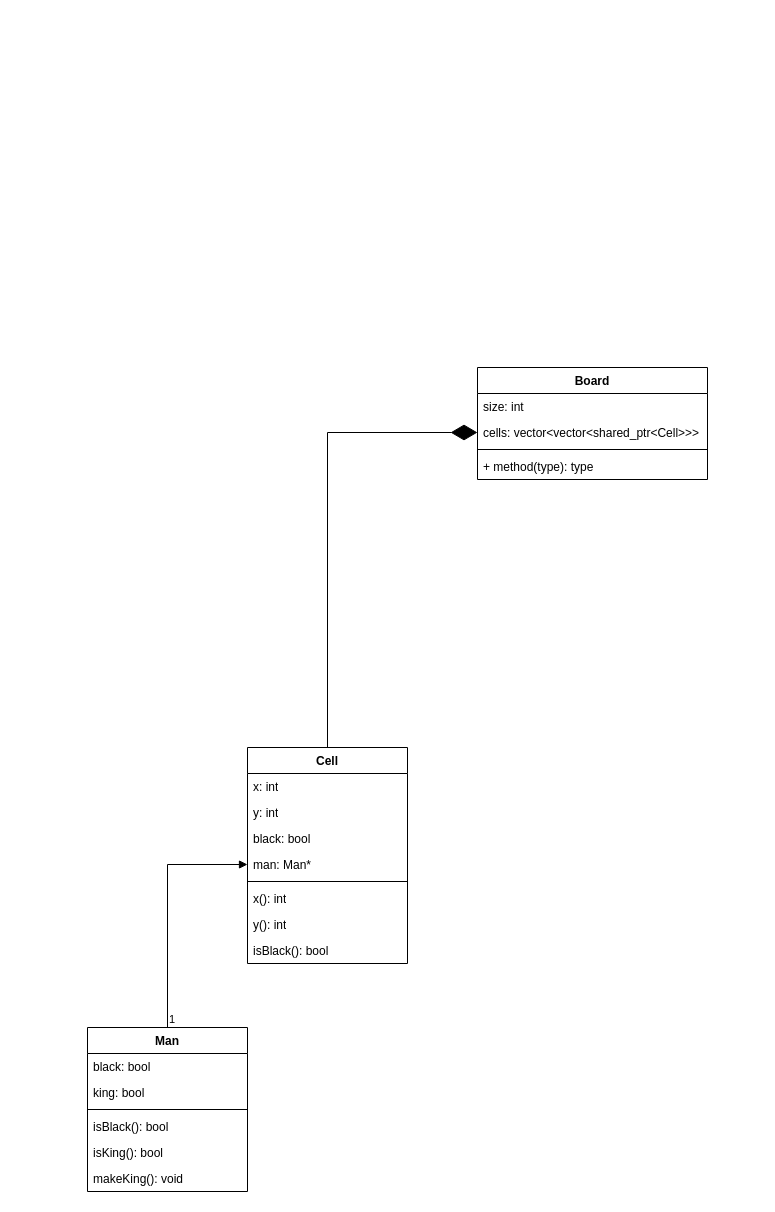
Above: Core classes.drawio in sudomachine/Checkers (draw.io), before the change. Source tidied: cells renumbered, new cells numbered last; positions are measured from the earlier drawing's top-left corner, leaving out a move shared by most shapes. Both pictures are drawn from the tidied source at 100%, with x=0, y=0 at pixel (87, 367).
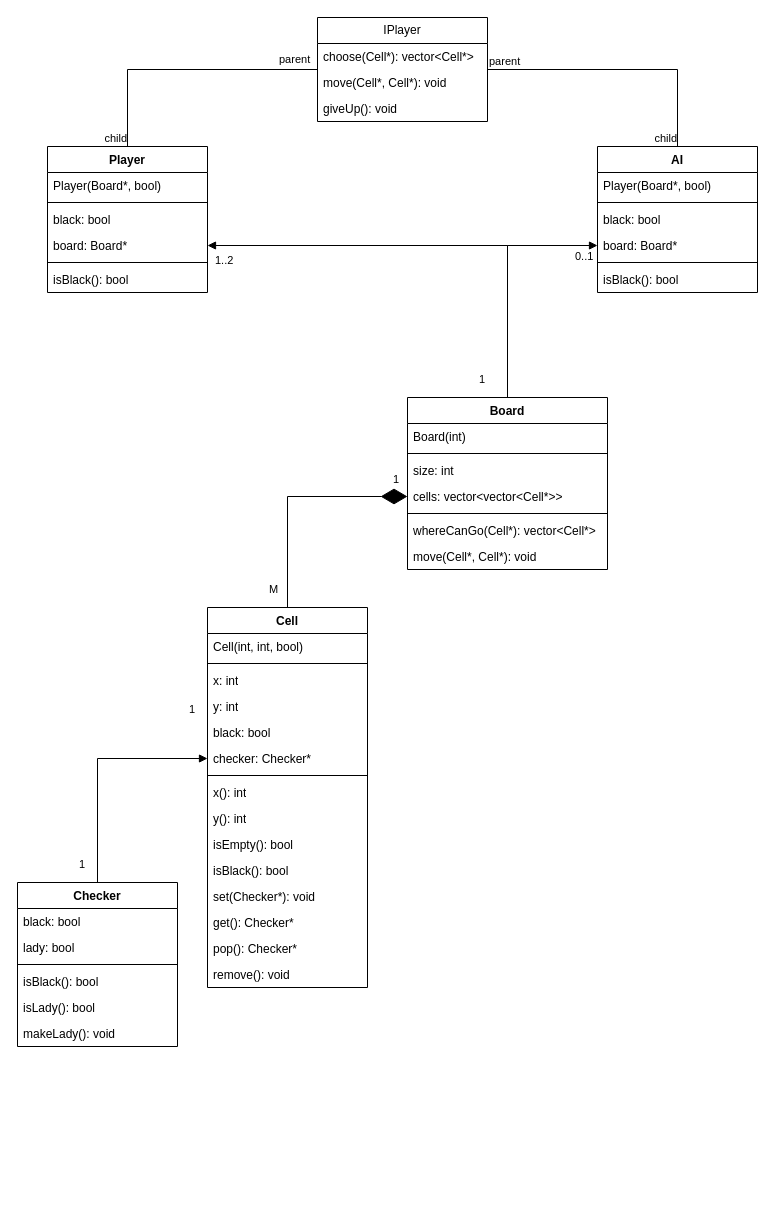
The same diagram, later.

The change refers to these unchanged cells:
```xml
<mxCell id="23" style="endArrow=block;endFill=1;html=1;edgeStyle=orthogonalEdgeStyle;align=left;verticalAlign=top;rounded=0;entryX=0;entryY=0.5;entryDx=0;entryDy=0;exitX=0.5;exitY=0;exitDx=0;exitDy=0;" parent="1" edge="1" source="2" target="13">
  <mxGeometry x="-1" relative="1" as="geometry" />
</mxCell>
```

The edit, as a diff of the source:
```diff
@@
-    <mxCell id="2" value="Man" style="swimlane;fontStyle=1;align=center;verticalAlign=top;horizontal=1;startSize=26;whiteSpace=wrap;html=1;" parent="1" vertex="1">
-      <mxGeometry y="660" width="160" height="164" as="geometry" />
+    <mxCell id="2" value="Checker" style="swimlane;fontStyle=1;align=center;verticalAlign=top;horizontal=1;startSize=26;whiteSpace=wrap;html=1;" parent="1" vertex="1">
+      <mxGeometry x="-70" y="515" width="160" height="164" as="geometry" />
     </mxCell>
@@
-    <mxCell id="4" value="king: bool" style="text;strokeColor=none;fillColor=none;align=left;verticalAlign=top;spacingLeft=4;spacingRight=4;overflow=hidden;whiteSpace=wrap;html=1;" parent="2" vertex="1">
+    <mxCell id="4" value="lady: bool" style="text;strokeColor=none;fillColor=none;align=left;verticalAlign=top;spacingLeft=4;spacingRight=4;overflow=hidden;whiteSpace=wrap;html=1;" parent="2" vertex="1">
       <mxGeometry y="52" width="160" height="26" as="geometry" />
     </mxCell>
@@
-    <mxCell id="7" value="isKing(): bool" style="text;strokeColor=none;fillColor=none;align=left;verticalAlign=top;spacingLeft=4;spacingRight=4;overflow=hidden;whiteSpace=wrap;html=1;" parent="2" vertex="1">
+    <mxCell id="7" value="isLady(): bool" style="text;strokeColor=none;fillColor=none;align=left;verticalAlign=top;spacingLeft=4;spacingRight=4;overflow=hidden;whiteSpace=wrap;html=1;" parent="2" vertex="1">
       <mxGeometry y="112" width="160" height="26" as="geometry" />
     </mxCell>
-    <mxCell id="8" value="makeKing(): void" style="text;strokeColor=none;fillColor=none;align=left;verticalAlign=top;spacingLeft=4;spacingRight=4;overflow=hidden;whiteSpace=wrap;html=1;" parent="2" vertex="1">
+    <mxCell id="8" value="makeLady(): void" style="text;strokeColor=none;fillColor=none;align=left;verticalAlign=top;spacingLeft=4;spacingRight=4;overflow=hidden;whiteSpace=wrap;html=1;" parent="2" vertex="1">
       <mxGeometry y="138" width="160" height="26" as="geometry" />
     </mxCell>
     <mxCell id="9" value="Cell" style="swimlane;fontStyle=1;align=center;verticalAlign=top;horizontal=1;startSize=26;whiteSpace=wrap;html=1;" parent="1" vertex="1">
-      <mxGeometry x="160" y="380" width="160" height="216" as="geometry" />
+      <mxGeometry x="120" y="240" width="160" height="380" as="geometry" />
     </mxCell>
+    <mxCell id="26" value="Cell(int, int, bool)" style="text;strokeColor=none;fillColor=none;align=left;verticalAlign=top;spacingLeft=4;spacingRight=4;overflow=hidden;whiteSpace=wrap;html=1;" parent="9" vertex="1">
+      <mxGeometry y="26" width="160" height="26" as="geometry" />
+    </mxCell>
+    <mxCell id="27" style="line;strokeWidth=1;fillColor=none;align=left;verticalAlign=middle;spacingTop=-1;spacingLeft=3;spacingRight=3;labelPosition=right;strokeColor=inherit;" parent="9" vertex="1">
+      <mxGeometry y="52" width="160" height="8" as="geometry" />
+    </mxCell>
     <mxCell id="10" value="x: int" style="text;strokeColor=none;fillColor=none;align=left;verticalAlign=top;spacingLeft=4;spacingRight=4;overflow=hidden;whiteSpace=wrap;html=1;" parent="9" vertex="1">
-      <mxGeometry y="26" width="160" height="26" as="geometry" />
+      <mxGeometry y="60" width="160" height="26" as="geometry" />
     </mxCell>
     <mxCell id="11" value="y: int" style="text;strokeColor=none;fillColor=none;align=left;verticalAlign=top;spacingLeft=4;spacingRight=4;overflow=hidden;whiteSpace=wrap;html=1;" parent="9" vertex="1">
-      <mxGeometry y="52" width="160" height="26" as="geometry" />
+      <mxGeometry y="86" width="160" height="26" as="geometry" />
     </mxCell>
     <mxCell id="12" value="black: bool" style="text;strokeColor=none;fillColor=none;align=left;verticalAlign=top;spacingLeft=4;spacingRight=4;overflow=hidden;whiteSpace=wrap;html=1;" parent="9" vertex="1">
-      <mxGeometry y="78" width="160" height="26" as="geometry" />
+      <mxGeometry y="112" width="160" height="26" as="geometry" />
     </mxCell>
-    <mxCell id="13" value="man: Man*" style="text;strokeColor=none;fillColor=none;align=left;verticalAlign=top;spacingLeft=4;spacingRight=4;overflow=hidden;points=[[0,0.5],[1,0.5]];portConstraint=eastwest;whiteSpace=wrap;html=1;" parent="9" vertex="1">
-      <mxGeometry y="104" width="160" height="26" as="geometry" />
+    <mxCell id="13" value="checker: Checker*" style="text;strokeColor=none;fillColor=none;align=left;verticalAlign=top;spacingLeft=4;spacingRight=4;overflow=hidden;points=[[0,0.5],[1,0.5]];portConstraint=eastwest;whiteSpace=wrap;html=1;" parent="9" vertex="1">
+      <mxGeometry y="138" width="160" height="26" as="geometry" />
     </mxCell>
     <mxCell id="14" style="line;strokeWidth=1;fillColor=none;align=left;verticalAlign=middle;spacingTop=-1;spacingLeft=3;spacingRight=3;labelPosition=right;strokeColor=inherit;" parent="9" vertex="1">
-      <mxGeometry y="130" width="160" height="8" as="geometry" />
+      <mxGeometry y="164" width="160" height="8" as="geometry" />
     </mxCell>
     <mxCell id="15" value="x(): int" style="text;strokeColor=none;fillColor=none;align=left;verticalAlign=top;spacingLeft=4;spacingRight=4;overflow=hidden;whiteSpace=wrap;html=1;" parent="9" vertex="1">
-      <mxGeometry y="138" width="160" height="26" as="geometry" />
+      <mxGeometry y="172" width="160" height="26" as="geometry" />
     </mxCell>
     <mxCell id="16" value="y(): int" style="text;strokeColor=none;fillColor=none;align=left;verticalAlign=top;spacingLeft=4;spacingRight=4;overflow=hidden;whiteSpace=wrap;html=1;" parent="9" vertex="1">
-      <mxGeometry y="164" width="160" height="26" as="geometry" />
+      <mxGeometry y="198" width="160" height="26" as="geometry" />
     </mxCell>
+    <mxCell id="28" value="isEmpty(): bool" style="text;strokeColor=none;fillColor=none;align=left;verticalAlign=top;spacingLeft=4;spacingRight=4;overflow=hidden;whiteSpace=wrap;html=1;" parent="9" vertex="1">
+      <mxGeometry y="224" width="160" height="26" as="geometry" />
+    </mxCell>
     <mxCell id="17" value="isBlack(): bool" style="text;strokeColor=none;fillColor=none;align=left;verticalAlign=top;spacingLeft=4;spacingRight=4;overflow=hidden;whiteSpace=wrap;html=1;" parent="9" vertex="1">
-      <mxGeometry y="190" width="160" height="26" as="geometry" />
+      <mxGeometry y="250" width="160" height="26" as="geometry" />
     </mxCell>
+    <mxCell id="29" value="set(Checker*): void" style="text;strokeColor=none;fillColor=none;align=left;verticalAlign=top;spacingLeft=4;spacingRight=4;overflow=hidden;whiteSpace=wrap;html=1;" parent="9" vertex="1">
+      <mxGeometry y="276" width="160" height="26" as="geometry" />
+    </mxCell>
+    <mxCell id="30" value="get(): Checker*" style="text;strokeColor=none;fillColor=none;align=left;verticalAlign=top;spacingLeft=4;spacingRight=4;overflow=hidden;whiteSpace=wrap;html=1;" parent="9" vertex="1">
+      <mxGeometry y="302" width="160" height="26" as="geometry" />
+    </mxCell>
+    <mxCell id="31" value="pop(): Checker*" style="text;strokeColor=none;fillColor=none;align=left;verticalAlign=top;spacingLeft=4;spacingRight=4;overflow=hidden;whiteSpace=wrap;html=1;" parent="9" vertex="1">
+      <mxGeometry y="328" width="160" height="26" as="geometry" />
+    </mxCell>
+    <mxCell id="32" value="remove(): void" style="text;strokeColor=none;fillColor=none;align=left;verticalAlign=top;spacingLeft=4;spacingRight=4;overflow=hidden;whiteSpace=wrap;html=1;" parent="9" vertex="1">
+      <mxGeometry y="354" width="160" height="26" as="geometry" />
+    </mxCell>
     <mxCell id="18" value="Board" style="swimlane;fontStyle=1;align=center;verticalAlign=top;horizontal=1;startSize=26;whiteSpace=wrap;html=1;" parent="1" vertex="1">
-      <mxGeometry x="390" width="230" height="112" as="geometry" />
+      <mxGeometry x="320" y="30" width="200" height="172" as="geometry" />
     </mxCell>
+    <mxCell id="33" value="Board(int)" style="text;strokeColor=none;fillColor=none;align=left;verticalAlign=top;spacingLeft=4;spacingRight=4;overflow=hidden;whiteSpace=wrap;html=1;" parent="18" vertex="1">
+      <mxGeometry y="26" width="200" height="26" as="geometry" />
+    </mxCell>
+    <mxCell id="34" style="line;strokeWidth=1;fillColor=none;align=left;verticalAlign=middle;spacingTop=-1;spacingLeft=3;spacingRight=3;labelPosition=right;strokeColor=inherit;" parent="18" vertex="1">
+      <mxGeometry y="52" width="200" height="8" as="geometry" />
+    </mxCell>
     <mxCell id="19" value="size: int" style="text;strokeColor=none;fillColor=none;align=left;verticalAlign=top;spacingLeft=4;spacingRight=4;overflow=hidden;whiteSpace=wrap;html=1;" parent="18" vertex="1">
-      <mxGeometry y="26" width="230" height="26" as="geometry" />
+      <mxGeometry y="60" width="200" height="26" as="geometry" />
     </mxCell>
-    <mxCell id="20" value="cells: vector&amp;lt;vector&amp;lt;shared_ptr&amp;lt;Cell&amp;gt;&amp;gt;&amp;gt;" style="text;strokeColor=none;fillColor=none;align=left;verticalAlign=top;spacingLeft=4;spacingRight=4;overflow=hidden;points=[[0,0.5],[1,0.5]];portConstraint=eastwest;whiteSpace=wrap;html=1;" parent="18" vertex="1">
-      <mxGeometry y="52" width="230" height="26" as="geometry" />
+    <mxCell id="20" value="cells: vector&amp;lt;vector&amp;lt;Cell*&amp;gt;&amp;gt;" style="text;strokeColor=none;fillColor=none;align=left;verticalAlign=top;spacingLeft=4;spacingRight=4;overflow=hidden;points=[[0,0.5],[1,0.5]];portConstraint=eastwest;whiteSpace=wrap;html=1;" parent="18" vertex="1">
+      <mxGeometry y="86" width="200" height="26" as="geometry" />
     </mxCell>
     <mxCell id="21" style="line;strokeWidth=1;fillColor=none;align=left;verticalAlign=middle;spacingTop=-1;spacingLeft=3;spacingRight=3;labelPosition=right;strokeColor=inherit;" parent="18" vertex="1">
-      <mxGeometry y="78" width="230" height="8" as="geometry" />
+      <mxGeometry y="112" width="200" height="8" as="geometry" />
     </mxCell>
-    <mxCell id="22" value="+ method(type): type" style="text;strokeColor=none;fillColor=none;align=left;verticalAlign=top;spacingLeft=4;spacingRight=4;overflow=hidden;whiteSpace=wrap;html=1;" parent="18" vertex="1">
-      <mxGeometry y="86" width="230" height="26" as="geometry" />
+    <mxCell id="22" value="whereCanGo(Cell*): vector&amp;lt;Cell*&amp;gt;" style="text;strokeColor=none;fillColor=none;align=left;verticalAlign=top;spacingLeft=4;spacingRight=4;overflow=hidden;whiteSpace=wrap;html=1;" parent="18" vertex="1">
+      <mxGeometry y="120" width="200" height="26" as="geometry" />
     </mxCell>
+    <mxCell id="35" value="move(Cell*, Cell*): void" style="text;strokeColor=none;fillColor=none;align=left;verticalAlign=top;spacingLeft=4;spacingRight=4;overflow=hidden;whiteSpace=wrap;html=1;" parent="18" vertex="1">
+      <mxGeometry y="146" width="200" height="26" as="geometry" />
+    </mxCell>
@@
     <mxCell id="24" value="1" style="edgeLabel;html=1;align=left;verticalAlign=bottom;" parent="23" vertex="1">
-      <mxGeometry x="-1" relative="1" as="geometry" />
+      <mxGeometry x="-1" relative="1" as="geometry">
+        <mxPoint x="-20" y="-10" as="offset" />
+      </mxGeometry>
     </mxCell>
     <mxCell id="25" style="endArrow=diamondThin;endFill=1;endSize=24;html=1;rounded=0;entryX=0;entryY=0.5;entryDx=0;entryDy=0;exitX=0.5;exitY=0;exitDx=0;exitDy=0;" parent="1" edge="1" source="9" target="20">
       <mxGeometry relative="1" as="geometry">
         <Array as="points">
-          <mxPoint x="240" y="65" />
+          <mxPoint x="200" y="129" />
         </Array>
       </mxGeometry>
     </mxCell>
+    <mxCell id="36" value="Player" style="swimlane;fontStyle=1;align=center;verticalAlign=top;horizontal=1;startSize=26;whiteSpace=wrap;html=1;" parent="1" vertex="1">
+      <mxGeometry x="-40" y="-221" width="160" height="146" as="geometry" />
+    </mxCell>
+    <mxCell id="37" value="Player(Board*, bool)" style="text;strokeColor=none;fillColor=none;align=left;verticalAlign=top;spacingLeft=4;spacingRight=4;overflow=hidden;whiteSpace=wrap;html=1;" parent="36" vertex="1">
+      <mxGeometry y="26" width="160" height="26" as="geometry" />
+    </mxCell>
+    <mxCell id="38" style="line;strokeWidth=1;fillColor=none;align=left;verticalAlign=middle;spacingTop=-1;spacingLeft=3;spacingRight=3;labelPosition=right;strokeColor=inherit;" parent="36" vertex="1">
+      <mxGeometry y="52" width="160" height="8" as="geometry" />
+    </mxCell>
+    <mxCell id="39" value="black: bool" style="text;strokeColor=none;fillColor=none;align=left;verticalAlign=top;spacingLeft=4;spacingRight=4;overflow=hidden;whiteSpace=wrap;html=1;" parent="36" vertex="1">
+      <mxGeometry y="60" width="160" height="26" as="geometry" />
+    </mxCell>
+    <mxCell id="40" value="board: Board*" style="text;strokeColor=none;fillColor=none;align=left;verticalAlign=top;spacingLeft=4;spacingRight=4;overflow=hidden;points=[[0,0.5],[1,0.5]];portConstraint=eastwest;whiteSpace=wrap;html=1;" parent="36" vertex="1">
+      <mxGeometry y="86" width="160" height="26" as="geometry" />
+    </mxCell>
+    <mxCell id="41" style="line;strokeWidth=1;fillColor=none;align=left;verticalAlign=middle;spacingTop=-1;spacingLeft=3;spacingRight=3;labelPosition=right;strokeColor=inherit;" parent="36" vertex="1">
+      <mxGeometry y="112" width="160" height="8" as="geometry" />
+    </mxCell>
+    <mxCell id="42" value="isBlack(): bool" style="text;strokeColor=none;fillColor=none;align=left;verticalAlign=top;spacingLeft=4;spacingRight=4;overflow=hidden;whiteSpace=wrap;html=1;" parent="36" vertex="1">
+      <mxGeometry y="120" width="160" height="26" as="geometry" />
+    </mxCell>
+    <mxCell id="43" value="IPlayer" style="swimlane;fontStyle=0;horizontal=1;startSize=26;fillColor=none;whiteSpace=wrap;html=1;" parent="1" vertex="1">
+      <mxGeometry x="230" y="-350" width="170" height="104" as="geometry" />
+    </mxCell>
+    <mxCell id="44" value="choose(Cell*): vector&amp;lt;Cell*&amp;gt;" style="text;strokeColor=none;fillColor=none;align=left;verticalAlign=top;spacingLeft=4;spacingRight=4;overflow=hidden;whiteSpace=wrap;html=1;" parent="43" vertex="1">
+      <mxGeometry y="26" width="170" height="26" as="geometry" />
+    </mxCell>
+    <mxCell id="45" value="move(Cell*, Cell*): void" style="text;strokeColor=none;fillColor=none;align=left;verticalAlign=top;spacingLeft=4;spacingRight=4;overflow=hidden;whiteSpace=wrap;html=1;" parent="43" vertex="1">
+      <mxGeometry y="52" width="170" height="26" as="geometry" />
+    </mxCell>
+    <mxCell id="46" value="giveUp(): void" style="text;strokeColor=none;fillColor=none;align=left;verticalAlign=top;spacingLeft=4;spacingRight=4;overflow=hidden;whiteSpace=wrap;html=1;" parent="43" vertex="1">
+      <mxGeometry y="78" width="170" height="26" as="geometry" />
+    </mxCell>
+    <mxCell id="47" value="AI" style="swimlane;fontStyle=1;align=center;verticalAlign=top;horizontal=1;startSize=26;whiteSpace=wrap;html=1;" parent="1" vertex="1">
+      <mxGeometry x="510" y="-221" width="160" height="146" as="geometry" />
+    </mxCell>
+    <mxCell id="48" value="Player(Board*, bool)" style="text;strokeColor=none;fillColor=none;align=left;verticalAlign=top;spacingLeft=4;spacingRight=4;overflow=hidden;whiteSpace=wrap;html=1;" parent="47" vertex="1">
+      <mxGeometry y="26" width="160" height="26" as="geometry" />
+    </mxCell>
+    <mxCell id="49" style="line;strokeWidth=1;fillColor=none;align=left;verticalAlign=middle;spacingTop=-1;spacingLeft=3;spacingRight=3;labelPosition=right;strokeColor=inherit;" parent="47" vertex="1">
+      <mxGeometry y="52" width="160" height="8" as="geometry" />
+    </mxCell>
+    <mxCell id="50" value="black: bool" style="text;strokeColor=none;fillColor=none;align=left;verticalAlign=top;spacingLeft=4;spacingRight=4;overflow=hidden;whiteSpace=wrap;html=1;" parent="47" vertex="1">
+      <mxGeometry y="60" width="160" height="26" as="geometry" />
+    </mxCell>
+    <mxCell id="51" value="board: Board*" style="text;strokeColor=none;fillColor=none;align=left;verticalAlign=top;spacingLeft=4;spacingRight=4;overflow=hidden;points=[[0,0.5],[1,0.5]];portConstraint=eastwest;whiteSpace=wrap;html=1;" parent="47" vertex="1">
+      <mxGeometry y="86" width="160" height="26" as="geometry" />
+    </mxCell>
+    <mxCell id="52" style="line;strokeWidth=1;fillColor=none;align=left;verticalAlign=middle;spacingTop=-1;spacingLeft=3;spacingRight=3;labelPosition=right;strokeColor=inherit;" parent="47" vertex="1">
+      <mxGeometry y="112" width="160" height="8" as="geometry" />
+    </mxCell>
+    <mxCell id="53" value="isBlack(): bool" style="text;strokeColor=none;fillColor=none;align=left;verticalAlign=top;spacingLeft=4;spacingRight=4;overflow=hidden;whiteSpace=wrap;html=1;" parent="47" vertex="1">
+      <mxGeometry y="120" width="160" height="26" as="geometry" />
+    </mxCell>
+    <mxCell id="54" style="endArrow=none;html=1;edgeStyle=orthogonalEdgeStyle;rounded=0;" parent="1" edge="1" source="43" target="36">
+      <mxGeometry relative="1" as="geometry" />
+    </mxCell>
+    <mxCell id="55" value="parent" style="edgeLabel;html=1;align=left;verticalAlign=bottom;" parent="54" vertex="1">
+      <mxGeometry x="-1" relative="1" as="geometry">
+        <mxPoint x="-40" y="-2" as="offset" />
+      </mxGeometry>
+    </mxCell>
+    <mxCell id="56" value="child" style="edgeLabel;html=1;align=right;verticalAlign=bottom;" parent="54" vertex="1">
+      <mxGeometry x="1" relative="1" as="geometry" />
+    </mxCell>
+    <mxCell id="57" style="endArrow=none;html=1;edgeStyle=orthogonalEdgeStyle;rounded=0;" parent="1" edge="1" source="43" target="47">
+      <mxGeometry relative="1" as="geometry" />
+    </mxCell>
+    <mxCell id="58" value="parent" style="edgeLabel;html=1;align=left;verticalAlign=bottom;" parent="57" vertex="1">
+      <mxGeometry x="-1" relative="1" as="geometry" />
+    </mxCell>
+    <mxCell id="59" value="child" style="edgeLabel;html=1;align=right;verticalAlign=bottom;" parent="57" vertex="1">
+      <mxGeometry x="1" relative="1" as="geometry" />
+    </mxCell>
+    <mxCell id="60" value="1" style="edgeLabel;html=1;align=left;verticalAlign=bottom;" parent="1" vertex="1">
+      <mxGeometry x="100" y="350" as="geometry" />
+    </mxCell>
+    <mxCell id="61" value="M" style="edgeLabel;html=1;align=left;verticalAlign=bottom;" parent="1" vertex="1">
+      <mxGeometry x="180" y="230" as="geometry" />
+    </mxCell>
+    <mxCell id="62" value="0..1" style="edgeLabel;html=1;align=left;verticalAlign=bottom;" parent="1" vertex="1">
+      <mxGeometry x="490" y="-110" as="geometry">
+        <mxPoint x="-4" y="7" as="offset" />
+      </mxGeometry>
+    </mxCell>
+    <mxCell id="63" value="1" style="edgeLabel;html=1;align=left;verticalAlign=bottom;" parent="1" vertex="1">
+      <mxGeometry x="390" y="20" as="geometry" />
+    </mxCell>
+    <mxCell id="64" value="1" style="edgeLabel;html=1;align=left;verticalAlign=bottom;" parent="1" vertex="1">
+      <mxGeometry x="304" y="120" as="geometry" />
+    </mxCell>
+    <mxCell id="65" style="endArrow=block;endFill=1;html=1;edgeStyle=orthogonalEdgeStyle;align=left;verticalAlign=top;rounded=0;" parent="1" edge="1" source="18" target="51">
+      <mxGeometry x="-1" relative="1" as="geometry" />
+    </mxCell>
+    <mxCell id="66" value="1..2" style="edgeLabel;html=1;align=left;verticalAlign=bottom;" parent="1" vertex="1">
+      <mxGeometry x="130" y="-110" as="geometry">
+        <mxPoint x="-4" y="11" as="offset" />
+      </mxGeometry>
+    </mxCell>
+    <mxCell id="67" style="endArrow=block;endFill=1;html=1;edgeStyle=orthogonalEdgeStyle;align=left;verticalAlign=top;rounded=0;" parent="1" edge="1" source="18" target="40">
+      <mxGeometry x="-1" relative="1" as="geometry" />
+    </mxCell>
```
